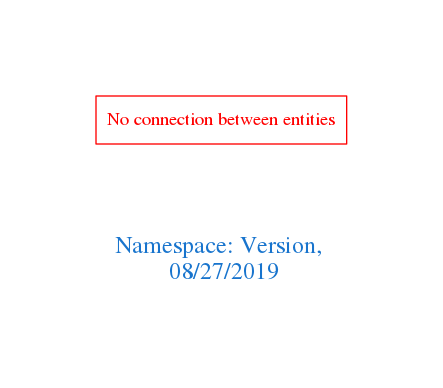
Earlier version of the Graphviz export downloads/Version.png (arago/OGIT). Its source is kept beside it as downloads/Version.dot.
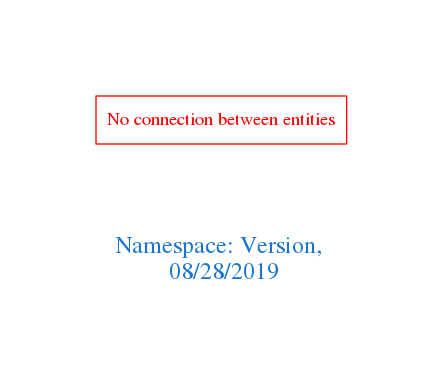
The same file after the commit.

The edit, as a diff of the source:
```diff
@@ -1,7 +1,7 @@
 digraph OGIT_ontology {
  graph [ rankdir= LR,pad=1
 fontsize = 18,
-fontcolor= dodgerblue3,label = "\n\n\nNamespace: Version, \n 08/27/2019"];
+fontcolor= dodgerblue3,label = "\n\n\nNamespace: Version, \n 08/28/2019"];
 node[shape=polygon];
 edge [  color="gray81"];
 
```
